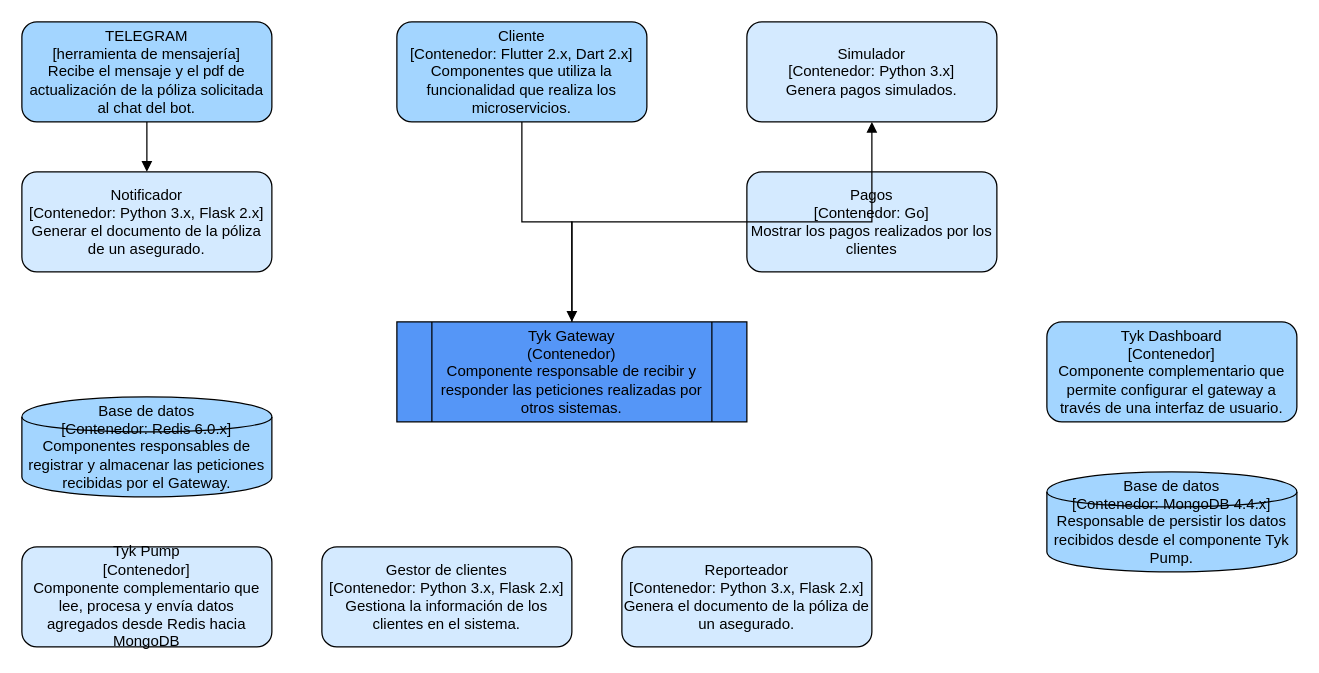
Above: docs/03microservicios.drawio in AngelJanvier01/docker-microservicios (draw.io), before the change. Source tidied: cells renumbered, new cells numbered last; positions are measured from the earlier drawing's top-left corner, leaving out a move shared by most shapes. Both pictures are drawn from the tidied source at 125%, with x=0, y=0 at pixel (21, 21).
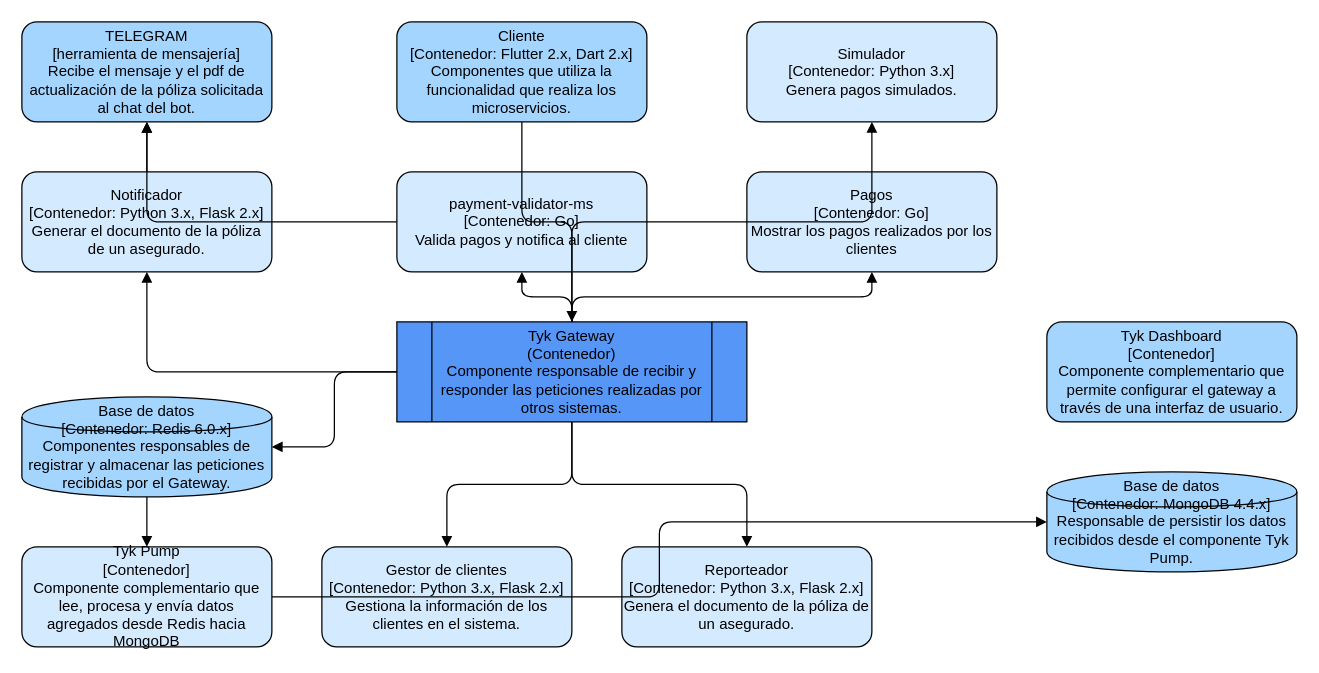
After the change.

Unchanged cells that the change refers to:
```xml
<mxCell id="2" value="Tyk Gateway&#10;(Contenedor)&#10;Componente responsable de recibir y responder las peticiones realizadas por otros sistemas." style="shape=process;whiteSpace=wrap;html=1;fillColor=#5596f7;fontSize=12;" parent="1" vertex="1">
  <mxGeometry x="300" y="240" width="280" height="80" as="geometry" />
</mxCell>
<mxCell id="3" value="Cliente&#10;[Contenedor: Flutter 2.x, Dart 2.x]&#10;Componentes que utiliza la funcionalidad que realiza los microservicios." style="shape=rectangle;whiteSpace=wrap;html=1;rounded=1;fillColor=#a3d5ff;fontSize=12;" parent="1" vertex="1">
  <mxGeometry x="300" width="200" height="80" as="geometry" />
</mxCell>
<mxCell id="4" value="TELEGRAM&#10;[herramienta de mensajería]&#10;Recibe el mensaje y el pdf de actualización de la póliza solicitada al chat del bot." style="shape=rectangle;whiteSpace=wrap;html=1;rounded=1;fillColor=#a3d5ff;fontSize=12;" parent="1" vertex="1">
  <mxGeometry width="200" height="80" as="geometry" />
</mxCell>
<mxCell id="5" value="Simulador&#10;[Contenedor: Python 3.x]&#10;Genera pagos simulados." style="shape=rectangle;whiteSpace=wrap;html=1;rounded=1;fillColor=#d4eaff;fontSize=12;" parent="1" vertex="1">
  <mxGeometry x="580" width="200" height="80" as="geometry" />
</mxCell>
<mxCell id="6" value="Notificador&#10;[Contenedor: Python 3.x, Flask 2.x]&#10;Generar el documento de la póliza de un asegurado." style="shape=rectangle;whiteSpace=wrap;html=1;rounded=1;fillColor=#d4eaff;fontSize=12;" parent="1" vertex="1">
  <mxGeometry y="120" width="200" height="80" as="geometry" />
</mxCell>
<mxCell id="7" value="Pagos&#10;[Contenedor: Go]&#10;Mostrar los pagos realizados por los clientes" style="shape=rectangle;whiteSpace=wrap;html=1;rounded=1;fillColor=#d4eaff;fontSize=12;" parent="1" vertex="1">
  <mxGeometry x="580" y="120" width="200" height="80" as="geometry" />
</mxCell>
<mxCell id="8" value="Base de datos&#10;[Contenedor: Redis 6.0.x]&#10;Componentes responsables de registrar y almacenar las peticiones recibidas por el Gateway." style="shape=cylinder;whiteSpace=wrap;html=1;fillColor=#a3d5ff;fontSize=12;" parent="1" vertex="1">
  <mxGeometry y="300" width="200" height="80" as="geometry" />
</mxCell>
<mxCell id="9" value="Tyk Pump&#10;[Contenedor]&#10;Componente complementario que lee, procesa y envía datos agregados desde Redis hacia MongoDB" style="shape=rectangle;whiteSpace=wrap;html=1;rounded=1;fillColor=#d4eaff;fontSize=12;" parent="1" vertex="1">
  <mxGeometry y="420" width="200" height="80" as="geometry" />
</mxCell>
<mxCell id="10" value="Gestor de clientes&#10;[Contenedor: Python 3.x, Flask 2.x]&#10;Gestiona la información de los clientes en el sistema." style="shape=rectangle;whiteSpace=wrap;html=1;rounded=1;fillColor=#d4eaff;fontSize=12;" parent="1" vertex="1">
  <mxGeometry x="240" y="420" width="200" height="80" as="geometry" />
</mxCell>
<mxCell id="11" value="Reporteador&#10;[Contenedor: Python 3.x, Flask 2.x]&#10;Genera el documento de la póliza de un asegurado." style="shape=rectangle;whiteSpace=wrap;html=1;rounded=1;fillColor=#d4eaff;fontSize=12;" parent="1" vertex="1">
  <mxGeometry x="480" y="420" width="200" height="80" as="geometry" />
</mxCell>
<mxCell id="13" value="Base de datos&#10;[Contenedor: MongoDB 4.4.x]&#10;Responsable de persistir los datos recibidos desde el componente Tyk Pump." style="shape=cylinder;whiteSpace=wrap;html=1;fillColor=#a3d5ff;fontSize=12;" parent="1" vertex="1">
  <mxGeometry x="820" y="360" width="200" height="80" as="geometry" />
</mxCell>
```

What changed in the source:
```diff
@@
+    <mxCell id="17" value="payment-validator-ms&#10;[Contenedor: Go]&#10;Valida pagos y notifica al cliente" style="shape=rectangle;whiteSpace=wrap;html=1;rounded=1;fillColor=#d4eaff;fontSize=12;" parent="1" vertex="1">
+      <mxGeometry x="300" y="120" width="200" height="80" as="geometry" />
+    </mxCell>
@@
-    <mxCell id="14" style="edgeStyle=orthogonalEdgeStyle;rounded=0;html=1;endArrow=block;" parent="1" edge="1" source="3" target="2">
+    <mxCell id="14" style="edgeStyle=orthogonalEdgeStyle;rounded=1;html=1;endArrow=block;" parent="1" edge="1" source="3" target="2">
       <mxGeometry relative="1" as="geometry" />
     </mxCell>
-    <mxCell id="15" style="edgeStyle=orthogonalEdgeStyle;rounded=0;html=1;endArrow=block;" parent="1" edge="1" source="4" target="6">
+    <mxCell id="15" style="edgeStyle=orthogonalEdgeStyle;rounded=1;html=1;endArrow=block;" parent="1" edge="1" source="6" target="4">
       <mxGeometry relative="1" as="geometry" />
     </mxCell>
-    <mxCell id="16" style="edgeStyle=orthogonalEdgeStyle;rounded=0;html=1;endArrow=block;" parent="1" edge="1" source="2" target="5">
+    <mxCell id="16" style="edgeStyle=orthogonalEdgeStyle;rounded=1;html=1;endArrow=block;" parent="1" edge="1" source="2" target="5">
       <mxGeometry relative="1" as="geometry" />
     </mxCell>
+    <mxCell id="18" style="edgeStyle=orthogonalEdgeStyle;rounded=1;html=1;endArrow=block;" parent="1" edge="1" source="2" target="7">
+      <mxGeometry relative="1" as="geometry" />
+    </mxCell>
+    <mxCell id="19" style="edgeStyle=orthogonalEdgeStyle;rounded=1;html=1;endArrow=block;" parent="1" edge="1" source="2" target="17">
+      <mxGeometry relative="1" as="geometry" />
+    </mxCell>
+    <mxCell id="20" style="edgeStyle=orthogonalEdgeStyle;rounded=1;html=1;endArrow=block;" parent="1" edge="1" source="2" target="11">
+      <mxGeometry relative="1" as="geometry" />
+    </mxCell>
+    <mxCell id="21" style="edgeStyle=orthogonalEdgeStyle;rounded=1;html=1;endArrow=block;" parent="1" edge="1" source="2" target="10">
+      <mxGeometry relative="1" as="geometry" />
+    </mxCell>
+    <mxCell id="22" style="edgeStyle=orthogonalEdgeStyle;rounded=1;html=1;endArrow=block;" parent="1" edge="1" source="2" target="6">
+      <mxGeometry relative="1" as="geometry" />
+    </mxCell>
+    <mxCell id="23" style="edgeStyle=orthogonalEdgeStyle;rounded=1;html=1;endArrow=block;" parent="1" edge="1" source="17" target="4">
+      <mxGeometry relative="1" as="geometry" />
+    </mxCell>
+    <mxCell id="24" style="edgeStyle=orthogonalEdgeStyle;rounded=1;html=1;endArrow=block;" parent="1" edge="1" source="8" target="9">
+      <mxGeometry relative="1" as="geometry" />
+    </mxCell>
+    <mxCell id="25" style="edgeStyle=orthogonalEdgeStyle;rounded=1;html=1;endArrow=block;" parent="1" edge="1" source="9" target="13">
+      <mxGeometry relative="1" as="geometry" />
+    </mxCell>
+    <mxCell id="26" style="edgeStyle=orthogonalEdgeStyle;rounded=1;html=1;endArrow=block;" parent="1" edge="1" source="2" target="8">
+      <mxGeometry relative="1" as="geometry" />
+    </mxCell>
```
